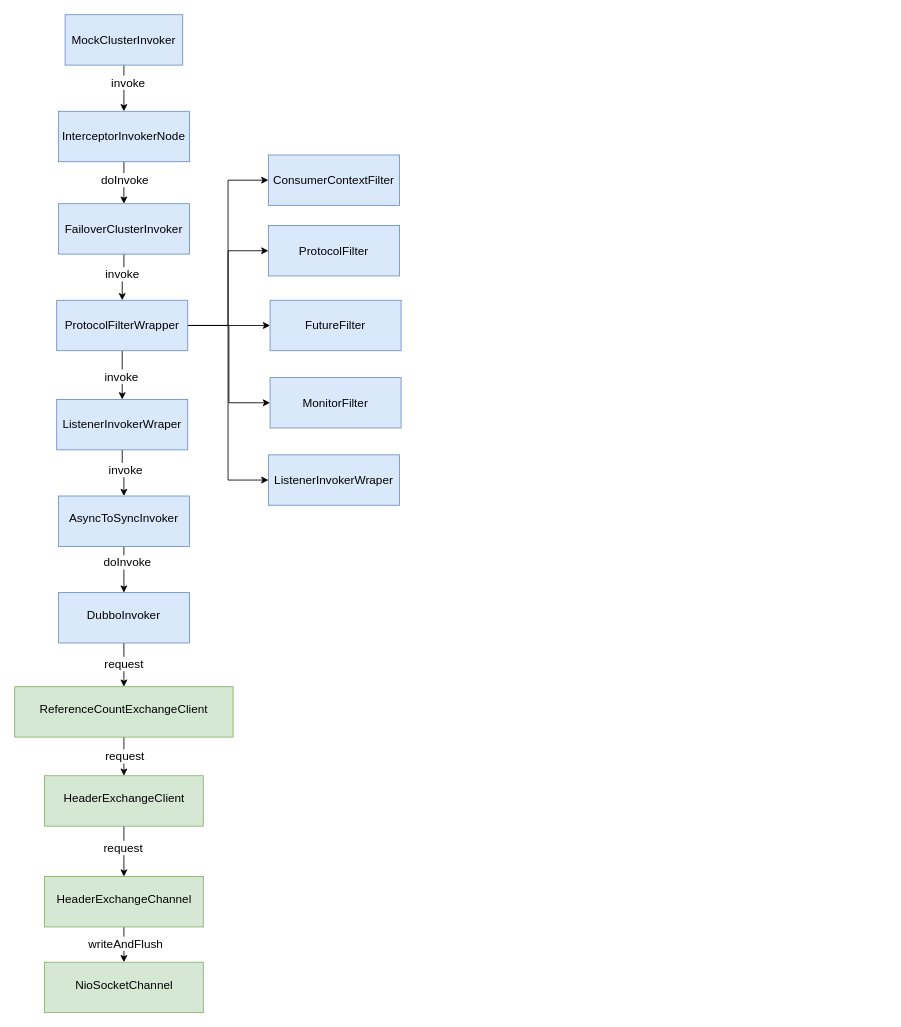
This is dubbo.drawio from xusheng08320/docs, a draw.io file, before an edit. Source tidied: cells renumbered, new cells numbered last; positions are measured from the earlier drawing's top-left corner, leaving out a move shared by most shapes. Both pictures are drawn from the tidied source at 84%, with x=0, y=0 at pixel (14, 14).
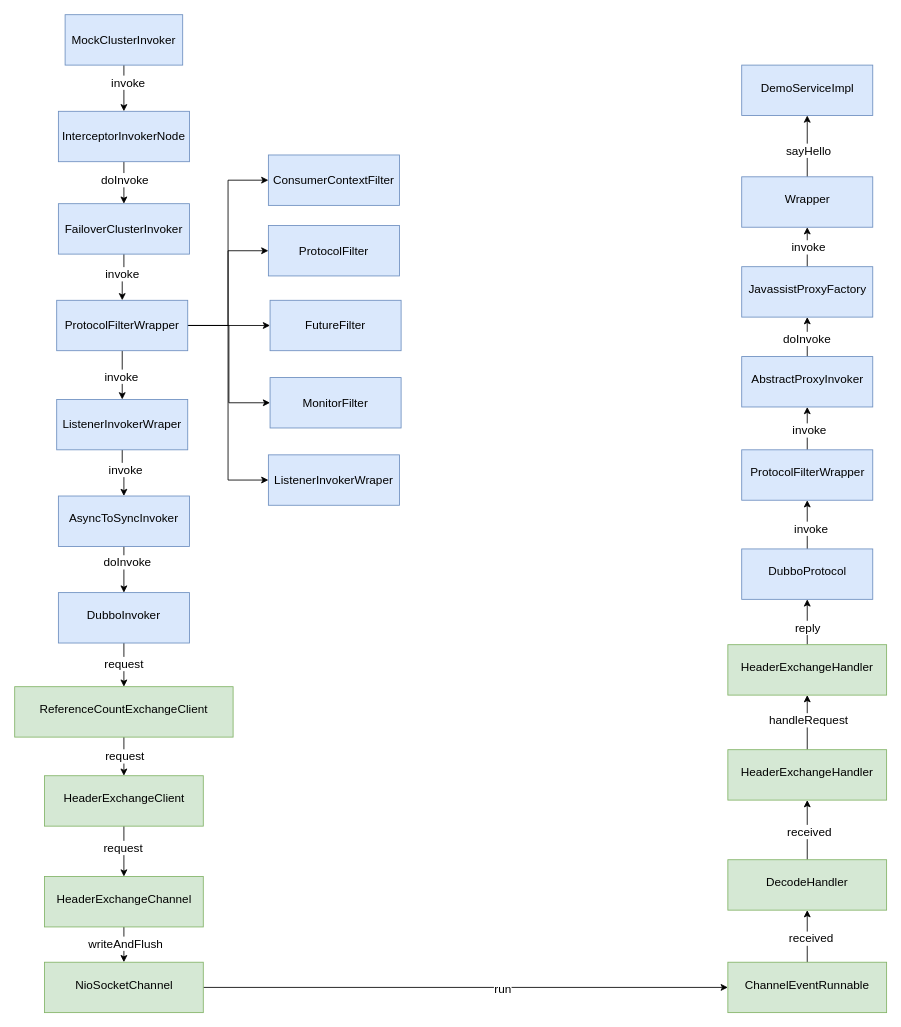
After the change.

The change refers to these unchanged cells:
```xml
<mxCell id="42" value="&lt;div class=&quot;lake-content&quot;&gt;&lt;div class=&quot;lake-content&quot;&gt;&lt;div class=&quot;lake-content&quot;&gt;&lt;div class=&quot;lake-content&quot;&gt;&lt;div class=&quot;lake-content&quot;&gt;&lt;p style=&quot;margin: 0; padding: 0; min-height: 24px&quot; class=&quot;ne-p&quot; id=&quot;u969ac8f4&quot;&gt;&lt;span class=&quot;ne-text&quot;&gt;NioSocketChannel&lt;/span&gt;&lt;/p&gt;&lt;/div&gt;&lt;/div&gt;&lt;/div&gt;&lt;/div&gt;&lt;/div&gt;" style="rounded=0;whiteSpace=wrap;html=1;fillColor=#d5e8d4;strokeColor=#82b366;fontSize=14;" parent="1" vertex="1">
  <mxGeometry x="35.5" y="1128" width="189" height="60" as="geometry" />
</mxCell>
```

The edit, as a diff of the source:
```diff
@@
+    <mxCell id="43" style="edgeStyle=orthogonalEdgeStyle;rounded=0;jettySize=auto;html=1;" parent="1" edge="1" source="42" target="47">
+      <mxGeometry relative="1" as="geometry" />
+    </mxCell>
+    <mxCell id="44" value="run" style="edgeLabel;html=1;align=center;verticalAlign=middle;fontSize=14;" parent="43" vertex="1">
+      <mxGeometry x="0.14" y="-1" relative="1" as="geometry" />
+    </mxCell>
@@
+    <mxCell id="45" style="edgeStyle=orthogonalEdgeStyle;rounded=0;jettySize=auto;html=1;fontSize=14;" parent="1" edge="1" source="47" target="50">
+      <mxGeometry relative="1" as="geometry" />
+    </mxCell>
+    <mxCell id="46" value="received" style="edgeLabel;html=1;align=center;verticalAlign=middle;fontSize=14;" parent="45" vertex="1">
+      <mxGeometry x="-0.06" y="-3" relative="1" as="geometry">
+        <mxPoint x="1" as="offset" />
+      </mxGeometry>
+    </mxCell>
+    <mxCell id="47" value="&lt;div class=&quot;lake-content&quot;&gt;&lt;div class=&quot;lake-content&quot;&gt;&lt;div class=&quot;lake-content&quot;&gt;&lt;div class=&quot;lake-content&quot;&gt;&lt;div class=&quot;lake-content&quot;&gt;&lt;p style=&quot;margin: 0; padding: 0; min-height: 24px&quot; class=&quot;ne-p&quot; id=&quot;u969ac8f4&quot;&gt;&lt;span class=&quot;ne-text&quot;&gt;ChannelEventRunnable&lt;/span&gt;&lt;/p&gt;&lt;/div&gt;&lt;/div&gt;&lt;/div&gt;&lt;/div&gt;&lt;/div&gt;" style="rounded=0;whiteSpace=wrap;html=1;fillColor=#d5e8d4;strokeColor=#82b366;fontSize=14;" parent="1" vertex="1">
+      <mxGeometry x="849" y="1128" width="189" height="60" as="geometry" />
+    </mxCell>
+    <mxCell id="48" style="edgeStyle=orthogonalEdgeStyle;rounded=0;jettySize=auto;html=1;fontSize=14;" parent="1" edge="1" source="50" target="53">
+      <mxGeometry relative="1" as="geometry" />
+    </mxCell>
+    <mxCell id="49" value="received" style="edgeLabel;html=1;align=center;verticalAlign=middle;fontSize=14;" parent="48" vertex="1">
+      <mxGeometry x="-0.04" y="-1" relative="1" as="geometry">
+        <mxPoint x="1" as="offset" />
+      </mxGeometry>
+    </mxCell>
+    <mxCell id="50" value="&lt;div class=&quot;lake-content&quot;&gt;&lt;div class=&quot;lake-content&quot;&gt;&lt;div class=&quot;lake-content&quot;&gt;&lt;div class=&quot;lake-content&quot;&gt;&lt;div class=&quot;lake-content&quot;&gt;&lt;p style=&quot;margin: 0; padding: 0; min-height: 24px&quot; class=&quot;ne-p&quot; id=&quot;u969ac8f4&quot;&gt;&lt;span class=&quot;ne-text&quot;&gt;DecodeHandler&lt;/span&gt;&lt;/p&gt;&lt;/div&gt;&lt;/div&gt;&lt;/div&gt;&lt;/div&gt;&lt;/div&gt;" style="rounded=0;whiteSpace=wrap;html=1;fillColor=#d5e8d4;strokeColor=#82b366;fontSize=14;" parent="1" vertex="1">
+      <mxGeometry x="849" y="1006" width="189" height="60" as="geometry" />
+    </mxCell>
+    <mxCell id="51" style="edgeStyle=orthogonalEdgeStyle;rounded=0;jettySize=auto;html=1;fontSize=14;" parent="1" edge="1" source="53" target="56">
+      <mxGeometry relative="1" as="geometry" />
+    </mxCell>
+    <mxCell id="52" value="handleRequest" style="edgeLabel;html=1;align=center;verticalAlign=middle;fontSize=14;" parent="51" vertex="1">
+      <mxGeometry x="0.1" relative="1" as="geometry">
+        <mxPoint x="1" as="offset" />
+      </mxGeometry>
+    </mxCell>
+    <mxCell id="53" value="&lt;div class=&quot;lake-content&quot;&gt;&lt;div class=&quot;lake-content&quot;&gt;&lt;div class=&quot;lake-content&quot;&gt;&lt;div class=&quot;lake-content&quot;&gt;&lt;div class=&quot;lake-content&quot;&gt;&lt;p style=&quot;margin: 0; padding: 0; min-height: 24px&quot; class=&quot;ne-p&quot; id=&quot;u969ac8f4&quot;&gt;&lt;span class=&quot;ne-text&quot;&gt;HeaderExchangeHandler&lt;/span&gt;&lt;/p&gt;&lt;/div&gt;&lt;/div&gt;&lt;/div&gt;&lt;/div&gt;&lt;/div&gt;" style="rounded=0;whiteSpace=wrap;html=1;fillColor=#d5e8d4;strokeColor=#82b366;fontSize=14;" parent="1" vertex="1">
+      <mxGeometry x="849" y="875" width="189" height="60" as="geometry" />
+    </mxCell>
+    <mxCell id="54" style="edgeStyle=orthogonalEdgeStyle;rounded=0;jettySize=auto;html=1;fontSize=14;" parent="1" edge="1" source="56" target="59">
+      <mxGeometry relative="1" as="geometry" />
+    </mxCell>
+    <mxCell id="55" value="reply" style="edgeLabel;html=1;align=center;verticalAlign=middle;fontSize=14;" parent="54" vertex="1">
+      <mxGeometry x="-0.22" y="1" relative="1" as="geometry">
+        <mxPoint x="1" as="offset" />
+      </mxGeometry>
+    </mxCell>
+    <mxCell id="56" value="&lt;div class=&quot;lake-content&quot;&gt;&lt;div class=&quot;lake-content&quot;&gt;&lt;div class=&quot;lake-content&quot;&gt;&lt;div class=&quot;lake-content&quot;&gt;&lt;div class=&quot;lake-content&quot;&gt;&lt;p style=&quot;margin: 0; padding: 0; min-height: 24px&quot; class=&quot;ne-p&quot; id=&quot;u969ac8f4&quot;&gt;&lt;span class=&quot;ne-text&quot;&gt;HeaderExchangeHandler&lt;/span&gt;&lt;/p&gt;&lt;/div&gt;&lt;/div&gt;&lt;/div&gt;&lt;/div&gt;&lt;/div&gt;" style="rounded=0;whiteSpace=wrap;html=1;fillColor=#d5e8d4;strokeColor=#82b366;fontSize=14;" parent="1" vertex="1">
+      <mxGeometry x="849" y="750" width="189" height="60" as="geometry" />
+    </mxCell>
+    <mxCell id="57" style="edgeStyle=orthogonalEdgeStyle;rounded=0;jettySize=auto;html=1;fontSize=14;" parent="1" edge="1" source="59" target="62">
+      <mxGeometry relative="1" as="geometry" />
+    </mxCell>
+    <mxCell id="58" value="invoke" style="edgeLabel;html=1;align=center;verticalAlign=middle;fontSize=14;" parent="57" vertex="1">
+      <mxGeometry x="-0.14" y="-3" relative="1" as="geometry">
+        <mxPoint x="1" as="offset" />
+      </mxGeometry>
+    </mxCell>
+    <mxCell id="59" value="&lt;div class=&quot;lake-content&quot;&gt;&lt;div class=&quot;lake-content&quot;&gt;&lt;div class=&quot;lake-content&quot;&gt;&lt;div class=&quot;lake-content&quot;&gt;&lt;div class=&quot;lake-content&quot;&gt;&lt;p style=&quot;margin: 0; padding: 0; min-height: 24px&quot; class=&quot;ne-p&quot; id=&quot;u969ac8f4&quot;&gt;&lt;span class=&quot;ne-text&quot;&gt;DubboProtocol&lt;/span&gt;&lt;/p&gt;&lt;/div&gt;&lt;/div&gt;&lt;/div&gt;&lt;/div&gt;&lt;/div&gt;" style="rounded=0;whiteSpace=wrap;html=1;fillColor=#dae8fc;strokeColor=#6c8ebf;fontSize=14;" parent="1" vertex="1">
+      <mxGeometry x="865.5" y="636" width="156" height="60" as="geometry" />
+    </mxCell>
+    <mxCell id="60" style="edgeStyle=orthogonalEdgeStyle;rounded=0;jettySize=auto;html=1;fontSize=14;" parent="1" edge="1" source="62" target="65">
+      <mxGeometry relative="1" as="geometry" />
+    </mxCell>
+    <mxCell id="61" value="invoke" style="edgeLabel;html=1;align=center;verticalAlign=middle;fontSize=14;" parent="60" vertex="1">
+      <mxGeometry x="-0.06" y="-1" relative="1" as="geometry">
+        <mxPoint x="1" as="offset" />
+      </mxGeometry>
+    </mxCell>
+    <mxCell id="62" value="&lt;div class=&quot;lake-content&quot;&gt;&lt;div class=&quot;lake-content&quot;&gt;&lt;div class=&quot;lake-content&quot;&gt;&lt;div class=&quot;lake-content&quot;&gt;&lt;div class=&quot;lake-content&quot;&gt;&lt;p style=&quot;margin: 0; padding: 0; min-height: 24px&quot; class=&quot;ne-p&quot; id=&quot;u969ac8f4&quot;&gt;&lt;span class=&quot;ne-text&quot;&gt;ProtocolFilterWrapper&lt;/span&gt;&lt;/p&gt;&lt;/div&gt;&lt;/div&gt;&lt;/div&gt;&lt;/div&gt;&lt;/div&gt;" style="rounded=0;whiteSpace=wrap;html=1;fillColor=#dae8fc;strokeColor=#6c8ebf;fontSize=14;" parent="1" vertex="1">
+      <mxGeometry x="865.5" y="518" width="156" height="60" as="geometry" />
+    </mxCell>
+    <mxCell id="63" style="edgeStyle=orthogonalEdgeStyle;rounded=0;jettySize=auto;html=1;fontSize=14;" parent="1" edge="1" source="65" target="68">
+      <mxGeometry relative="1" as="geometry" />
+    </mxCell>
+    <mxCell id="64" value="doInvoke" style="edgeLabel;html=1;align=center;verticalAlign=middle;fontSize=14;" parent="63" vertex="1">
+      <mxGeometry x="-0.06" y="2" relative="1" as="geometry">
+        <mxPoint x="1" as="offset" />
+      </mxGeometry>
+    </mxCell>
+    <mxCell id="65" value="&lt;div class=&quot;lake-content&quot;&gt;&lt;div class=&quot;lake-content&quot;&gt;&lt;div class=&quot;lake-content&quot;&gt;&lt;div class=&quot;lake-content&quot;&gt;&lt;div class=&quot;lake-content&quot;&gt;&lt;p style=&quot;margin: 0; padding: 0; min-height: 24px&quot; class=&quot;ne-p&quot; id=&quot;u969ac8f4&quot;&gt;&lt;span class=&quot;ne-text&quot;&gt;AbstractProxyInvoker&lt;/span&gt;&lt;/p&gt;&lt;/div&gt;&lt;/div&gt;&lt;/div&gt;&lt;/div&gt;&lt;/div&gt;" style="rounded=0;whiteSpace=wrap;html=1;fillColor=#dae8fc;strokeColor=#6c8ebf;fontSize=14;" parent="1" vertex="1">
+      <mxGeometry x="865.5" y="407" width="156" height="60" as="geometry" />
+    </mxCell>
+    <mxCell id="66" style="edgeStyle=orthogonalEdgeStyle;rounded=0;jettySize=auto;html=1;fontSize=14;" parent="1" edge="1" source="68" target="71">
+      <mxGeometry relative="1" as="geometry" />
+    </mxCell>
+    <mxCell id="67" value="invoke" style="edgeLabel;html=1;align=center;verticalAlign=middle;fontSize=14;" parent="66" vertex="1">
+      <mxGeometry x="0.02" relative="1" as="geometry">
+        <mxPoint x="1" as="offset" />
+      </mxGeometry>
+    </mxCell>
+    <mxCell id="68" value="&lt;div class=&quot;lake-content&quot;&gt;&lt;div class=&quot;lake-content&quot;&gt;&lt;div class=&quot;lake-content&quot;&gt;&lt;div class=&quot;lake-content&quot;&gt;&lt;div class=&quot;lake-content&quot;&gt;&lt;p style=&quot;margin: 0; padding: 0; min-height: 24px&quot; class=&quot;ne-p&quot; id=&quot;u969ac8f4&quot;&gt;&lt;span class=&quot;ne-text&quot;&gt;JavassistProxyFactory&lt;/span&gt;&lt;/p&gt;&lt;/div&gt;&lt;/div&gt;&lt;/div&gt;&lt;/div&gt;&lt;/div&gt;" style="rounded=0;whiteSpace=wrap;html=1;fillColor=#dae8fc;strokeColor=#6c8ebf;fontSize=14;" parent="1" vertex="1">
+      <mxGeometry x="865.5" y="300" width="156" height="60" as="geometry" />
+    </mxCell>
+    <mxCell id="69" style="edgeStyle=orthogonalEdgeStyle;rounded=0;jettySize=auto;html=1;fontSize=14;" parent="1" edge="1" source="71" target="72">
+      <mxGeometry relative="1" as="geometry" />
+    </mxCell>
+    <mxCell id="70" value="sayHello" style="edgeLabel;html=1;align=center;verticalAlign=middle;fontSize=14;" parent="69" vertex="1">
+      <mxGeometry x="-0.12" relative="1" as="geometry">
+        <mxPoint x="1" as="offset" />
+      </mxGeometry>
+    </mxCell>
+    <mxCell id="71" value="&lt;div class=&quot;lake-content&quot;&gt;&lt;div class=&quot;lake-content&quot;&gt;&lt;div class=&quot;lake-content&quot;&gt;&lt;div class=&quot;lake-content&quot;&gt;&lt;div class=&quot;lake-content&quot;&gt;&lt;p style=&quot;margin: 0; padding: 0; min-height: 24px&quot; class=&quot;ne-p&quot; id=&quot;u969ac8f4&quot;&gt;&lt;span class=&quot;ne-text&quot;&gt;Wrapper&lt;/span&gt;&lt;/p&gt;&lt;/div&gt;&lt;/div&gt;&lt;/div&gt;&lt;/div&gt;&lt;/div&gt;" style="rounded=0;whiteSpace=wrap;html=1;fillColor=#dae8fc;strokeColor=#6c8ebf;fontSize=14;" parent="1" vertex="1">
+      <mxGeometry x="865.5" y="193" width="156" height="60" as="geometry" />
+    </mxCell>
+    <mxCell id="72" value="&lt;div class=&quot;lake-content&quot;&gt;&lt;div class=&quot;lake-content&quot;&gt;&lt;div class=&quot;lake-content&quot;&gt;&lt;div class=&quot;lake-content&quot;&gt;&lt;div class=&quot;lake-content&quot;&gt;&lt;p style=&quot;margin: 0; padding: 0; min-height: 24px&quot; class=&quot;ne-p&quot; id=&quot;u969ac8f4&quot;&gt;&lt;span class=&quot;ne-text&quot;&gt;DemoServiceImpl&lt;/span&gt;&lt;/p&gt;&lt;/div&gt;&lt;/div&gt;&lt;/div&gt;&lt;/div&gt;&lt;/div&gt;" style="rounded=0;whiteSpace=wrap;html=1;fillColor=#dae8fc;strokeColor=#6c8ebf;fontSize=14;" parent="1" vertex="1">
+      <mxGeometry x="865.5" y="60" width="156" height="60" as="geometry" />
+    </mxCell>
```
